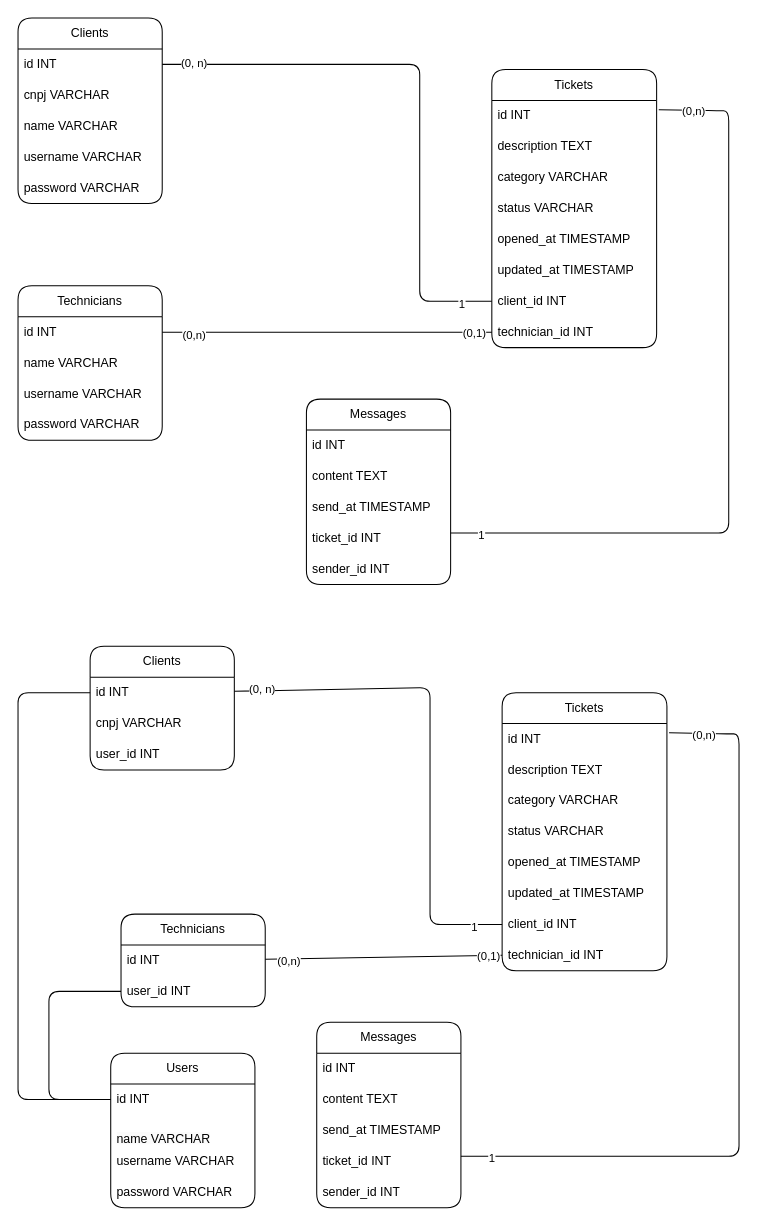
Before: One bit code/4-Dados/7-modelando_bd.drawio in KimberlyMartins/OneBitCode-Ruby, a draw.io diagram. Source tidied: cells renumbered, new cells numbered last; positions are measured from the earlier drawing's top-left corner, leaving out a move shared by most shapes. Both pictures are drawn from the tidied source at 103%, with x=0, y=0 at pixel (18, 18).
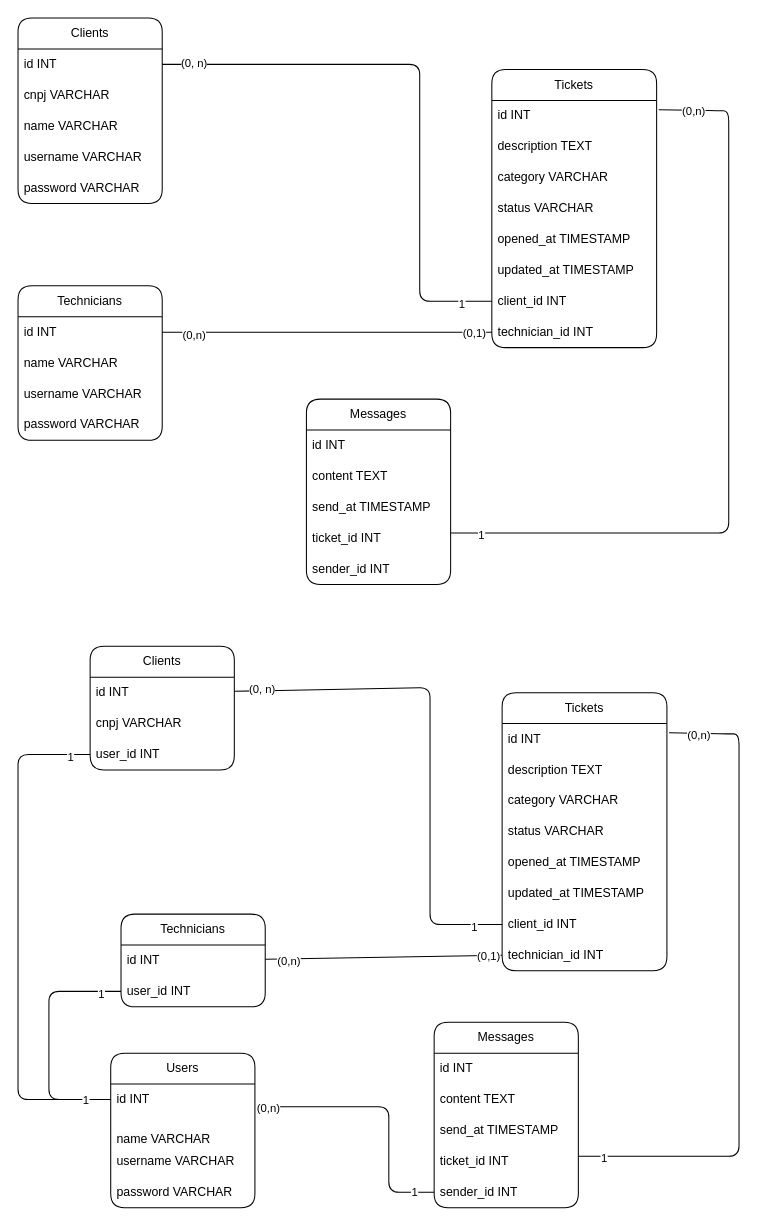
Above is the later version.

The change refers to these unchanged cells:
```xml
<mxCell id="57" value="sender_id INT" style="text;strokeColor=none;fillColor=none;align=left;verticalAlign=middle;spacingLeft=4;spacingRight=4;overflow=hidden;points=[[0,0.5],[1,0.5]];portConstraint=eastwest;whiteSpace=wrap;html=1;" parent="52" vertex="1">
  <mxGeometry y="150" width="140" height="30" as="geometry" />
</mxCell>
<mxCell id="62" value="id INT" style="text;strokeColor=none;fillColor=none;align=left;verticalAlign=middle;spacingLeft=4;spacingRight=4;overflow=hidden;points=[[0,0.5],[1,0.5]];portConstraint=eastwest;whiteSpace=wrap;html=1;" parent="61" vertex="1">
  <mxGeometry y="30" width="140" height="30" as="geometry" />
</mxCell>
<mxCell id="64" value="&lt;span style=&quot;color: rgb(0, 0, 0);&quot;&gt;user_id INT&lt;/span&gt;" style="text;strokeColor=none;fillColor=none;align=left;verticalAlign=middle;spacingLeft=4;spacingRight=4;overflow=hidden;points=[[0,0.5],[1,0.5]];portConstraint=eastwest;whiteSpace=wrap;html=1;" parent="61" vertex="1">
  <mxGeometry y="90" width="140" height="30" as="geometry" />
</mxCell>
<mxCell id="69" value="id INT" style="text;strokeColor=none;fillColor=none;align=left;verticalAlign=middle;spacingLeft=4;spacingRight=4;overflow=hidden;points=[[0,0.5],[1,0.5]];portConstraint=eastwest;whiteSpace=wrap;html=1;" parent="68" vertex="1">
  <mxGeometry y="30" width="140" height="30" as="geometry" />
</mxCell>
<mxCell id="73" style="endArrow=none;html=1;entryX=0;entryY=0.5;entryDx=0;entryDy=0;" parent="1" edge="1" source="69" target="67">
  <mxGeometry relative="1" as="geometry">
    <Array as="points">
      <mxPoint x="30" y="1050" />
      <mxPoint x="30" y="945" />
    </Array>
  </mxGeometry>
</mxCell>
```

What changed in the source:
```diff
@@
     <mxCell id="52" value="Messages" style="swimlane;fontStyle=0;horizontal=1;startSize=30;whiteSpace=wrap;html=1;rounded=1;" parent="1" vertex="1">
-      <mxGeometry x="290" y="975" width="140" height="180" as="geometry" />
+      <mxGeometry x="404" y="975" width="140" height="180" as="geometry" />
     </mxCell>
@@
+    <mxCell id="75" value="1" style="edgeLabel;html=1;align=center;verticalAlign=middle;" parent="73" vertex="1">
+      <mxGeometry x="0.83" y="-2" relative="1" as="geometry" />
+    </mxCell>
-    <mxCell id="74" style="endArrow=none;html=1;entryX=0;entryY=0.5;entryDx=0;entryDy=0;" parent="1" edge="1" source="69" target="62">
+    <mxCell id="74" style="endArrow=none;html=1;entryX=0;entryY=0.5;entryDx=0;entryDy=0;" parent="1" edge="1" source="69" target="64">
       <mxGeometry relative="1" as="geometry">
         <Array as="points">
           <mxPoint y="1050" />
           <mxPoint y="810" />
-          <mxPoint y="655" />
+          <mxPoint y="715" />
         </Array>
       </mxGeometry>
     </mxCell>
+    <mxCell id="76" value="1" style="edgeLabel;html=1;align=center;verticalAlign=middle;" parent="74" vertex="1">
+      <mxGeometry x="-0.9" relative="1" as="geometry" />
+    </mxCell>
+    <mxCell id="77" value="1" style="edgeLabel;html=1;align=center;verticalAlign=middle;" parent="74" vertex="1">
+      <mxGeometry x="0.92" y="-2" relative="1" as="geometry" />
+    </mxCell>
+    <mxCell id="78" style="endArrow=none;html=1;entryX=0;entryY=0.5;entryDx=0;entryDy=0;exitX=1.014;exitY=0.733;exitDx=0;exitDy=0;exitPerimeter=0;" parent="1" edge="1" source="69" target="57">
+      <mxGeometry relative="1" as="geometry">
+        <Array as="points">
+          <mxPoint x="360" y="1057" />
+          <mxPoint x="360" y="1140" />
+        </Array>
+      </mxGeometry>
+    </mxCell>
+    <mxCell id="79" value="1" style="edgeLabel;html=1;align=center;verticalAlign=middle;" parent="78" vertex="1">
+      <mxGeometry x="0.85" y="1" relative="1" as="geometry" />
+    </mxCell>
+    <mxCell id="80" value="(0,n)" style="edgeLabel;html=1;align=center;verticalAlign=middle;" parent="78" vertex="1">
+      <mxGeometry x="-0.91" y="-2" relative="1" as="geometry" />
+    </mxCell>
```
